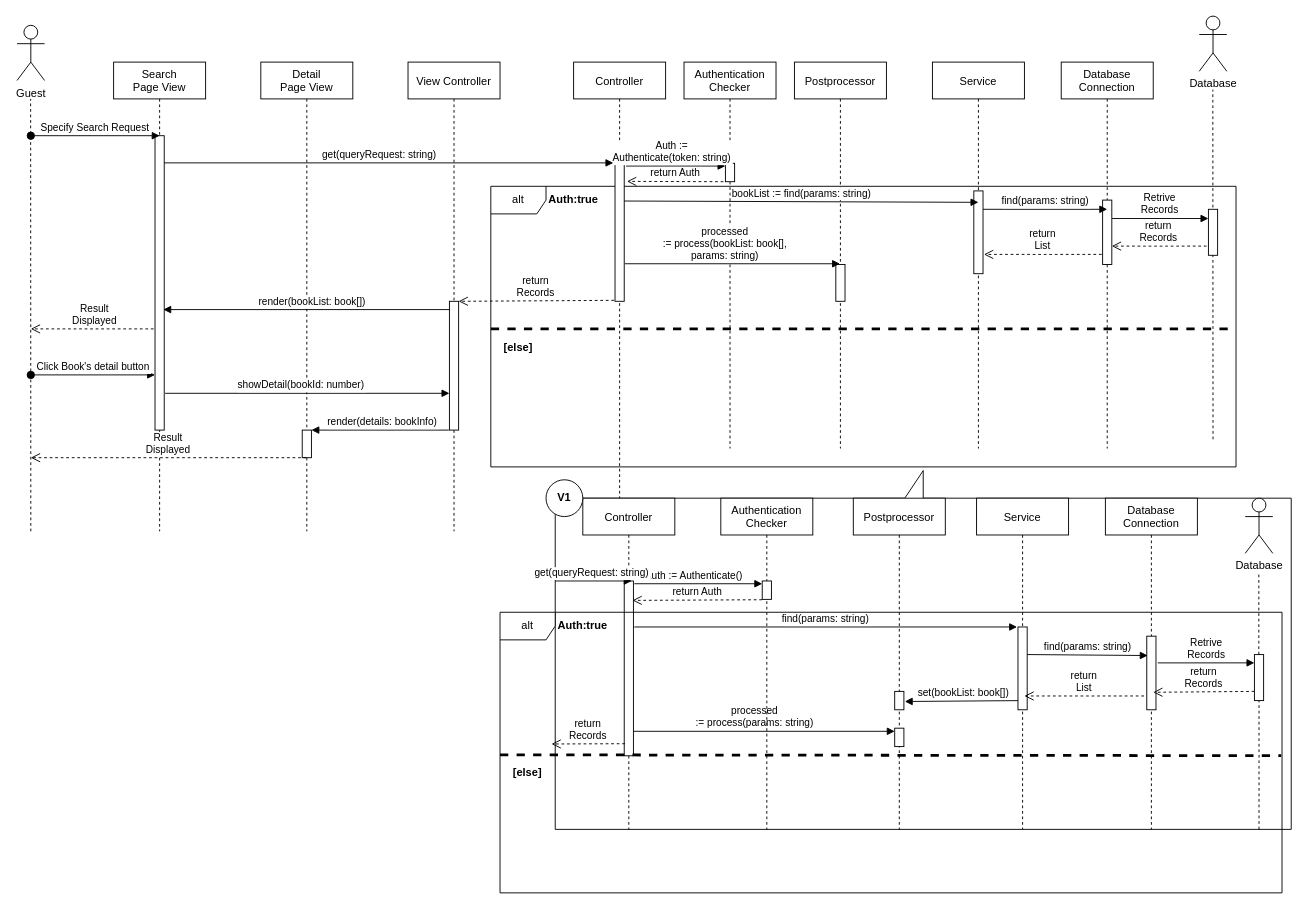
Before: docs/SequenceDiagram/diagrams/SD-UC-08.drawio in youngkwon02/Enhanced-library-management, a draw.io diagram. Source tidied: cells renumbered, new cells numbered last; positions are measured from the earlier drawing's top-left corner, leaving out a move shared by most shapes. Both pictures are drawn from the tidied source at 92%, with x=0, y=0 at pixel (17, 16).
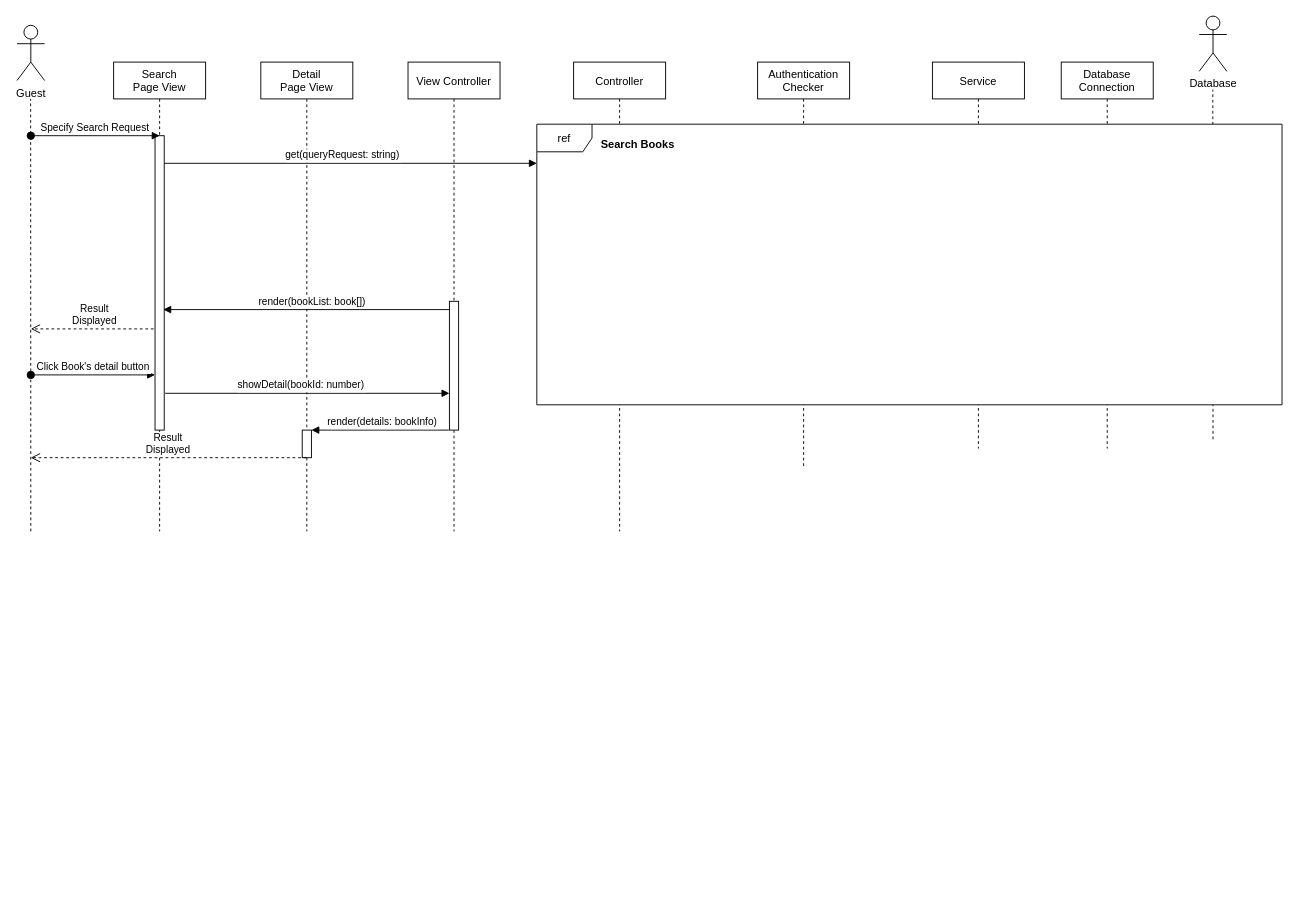
After the change.

Unchanged cells that the change refers to:
```xml
<mxCell id="3" value="Database&#10;Connection" style="shape=umlLifeline;perimeter=lifelinePerimeter;rounded=0;shadow=0;strokeWidth=1;" parent="1" vertex="1">
  <mxGeometry x="1135" y="50" width="100" height="420" as="geometry" />
</mxCell>
<mxCell id="5" value="Service" style="shape=umlLifeline;perimeter=lifelinePerimeter;rounded=0;shadow=0;strokeWidth=1;" parent="1" vertex="1">
  <mxGeometry x="995" y="50" width="100" height="420" as="geometry" />
</mxCell>
<mxCell id="20" style="points=[];perimeter=orthogonalPerimeter;rounded=0;shadow=0;strokeWidth=1;" parent="1" vertex="1">
  <mxGeometry x="470" y="310" width="10" height="140" as="geometry" />
</mxCell>
<mxCell id="47" style="points=[];perimeter=orthogonalPerimeter;rounded=0;shadow=0;strokeWidth=1;" parent="46" vertex="1">
  <mxGeometry x="45" y="80" width="10" height="320" as="geometry" />
</mxCell>
```

Change to the diagram source:
```diff
@@
-    <mxCell id="2" value="alt" style="shape=umlFrame;whiteSpace=wrap;html=1;" parent="1" vertex="1">
-      <mxGeometry x="515" y="185" width="810" height="305" as="geometry" />
-    </mxCell>
+    <mxCell id="10" value="Controller" style="shape=umlLifeline;perimeter=lifelinePerimeter;rounded=0;shadow=0;strokeWidth=1;" parent="1" vertex="1">
+      <mxGeometry x="605" y="50" width="100" height="510" as="geometry" />
+    </mxCell>
@@
-    <mxCell id="4" style="points=[];perimeter=orthogonalPerimeter;rounded=0;shadow=0;strokeWidth=1;" parent="3" vertex="1">
-      <mxGeometry x="45" y="150" width="10" height="70" as="geometry" />
-    </mxCell>
@@
-    <mxCell id="6" style="points=[];perimeter=orthogonalPerimeter;rounded=0;shadow=0;strokeWidth=1;" parent="5" vertex="1">
-      <mxGeometry x="45" y="140" width="10" height="90" as="geometry" />
-    </mxCell>
     <mxCell id="7" value="Authentication&#10;Checker" style="shape=umlLifeline;perimeter=lifelinePerimeter;rounded=0;shadow=0;strokeWidth=1;" parent="1" vertex="1">
-      <mxGeometry x="725" y="50" width="100" height="420" as="geometry" />
+      <mxGeometry x="805" y="50" width="100" height="440" as="geometry" />
     </mxCell>
-    <mxCell id="8" style="perimeter=orthogonalPerimeter;rounded=0;shadow=0;strokeWidth=1;" parent="7" vertex="1">
-      <mxGeometry x="45" y="110" width="10" height="20" as="geometry" />
-    </mxCell>
@@
-    <mxCell id="10" value="Controller" style="shape=umlLifeline;perimeter=lifelinePerimeter;rounded=0;shadow=0;strokeWidth=1;" parent="1" vertex="1">
-      <mxGeometry x="605" y="50" width="100" height="510" as="geometry" />
-    </mxCell>
-    <mxCell id="11" style="points=[];perimeter=orthogonalPerimeter;rounded=0;shadow=0;strokeWidth=1;" parent="10" vertex="1">
-      <mxGeometry x="45" y="110" width="10" height="150" as="geometry" />
-    </mxCell>
-    <mxCell id="12" value="Postprocessor" style="shape=umlLifeline;perimeter=lifelinePerimeter;rounded=0;shadow=0;strokeWidth=1;" parent="1" vertex="1">
-      <mxGeometry x="845" y="50" width="100" height="420" as="geometry" />
-    </mxCell>
-    <mxCell id="13" style="perimeter=orthogonalPerimeter;rounded=0;shadow=0;strokeWidth=1;" parent="12" vertex="1">
-      <mxGeometry x="45" y="220" width="10" height="40" as="geometry" />
-    </mxCell>
-    <mxCell id="14" value="find(params: string)" style="verticalAlign=bottom;endArrow=block;shadow=0;strokeWidth=1;entryX=-0.1;entryY=0.25;entryDx=0;entryDy=0;entryPerimeter=0;" parent="12" edge="1" source="6">
-      <mxGeometry relative="1" as="geometry">
-        <mxPoint x="340" y="160" as="targetPoint" />
-      </mxGeometry>
-    </mxCell>
@@
-    <mxCell id="16" value="bookList := find(params: string)" style="verticalAlign=bottom;endArrow=block;shadow=0;strokeWidth=1;entryX=0.5;entryY=0.138;entryDx=0;entryDy=0;entryPerimeter=0;" parent="1" edge="1" target="6">
-      <mxGeometry relative="1" as="geometry">
-        <mxPoint x="660" y="201" as="sourcePoint" />
-      </mxGeometry>
-    </mxCell>
@@
-    <mxCell id="21" value="Retrive&#10;Records" style="verticalAlign=bottom;endArrow=block;shadow=0;strokeWidth=1;exitX=1.027;exitY=0.324;exitDx=0;exitDy=0;exitPerimeter=0;" parent="1" edge="1">
-      <mxGeometry relative="1" as="geometry">
-        <mxPoint x="1190.3" y="220" as="sourcePoint" />
-        <mxPoint x="1295" y="220" as="targetPoint" />
-      </mxGeometry>
-    </mxCell>
-    <mxCell id="22" style="points=[];perimeter=orthogonalPerimeter;rounded=0;shadow=0;strokeWidth=1;" parent="1" vertex="1">
-      <mxGeometry x="1295" y="210" width="10" height="50" as="geometry" />
-    </mxCell>
-    <mxCell id="23" value="return&#10;Records" style="verticalAlign=bottom;endArrow=open;dashed=1;endSize=8;shadow=0;strokeWidth=1;exitX=-0.2;exitY=0.8;exitDx=0;exitDy=0;exitPerimeter=0;" parent="1" edge="1" source="22" target="4">
-      <mxGeometry relative="1" as="geometry" />
-    </mxCell>
-    <mxCell id="24" value="processed &#10;:= process(bookList: book[], &#10;params: string)" style="verticalAlign=bottom;endArrow=block;shadow=0;strokeWidth=1;exitX=1.066;exitY=0.588;exitDx=0;exitDy=0;exitPerimeter=0;" parent="1" edge="1" target="12">
-      <mxGeometry x="-0.07" relative="1" as="geometry">
-        <mxPoint x="660.7" y="269.2" as="sourcePoint" />
-      </mxGeometry>
-    </mxCell>
-    <mxCell id="25" value="return&#10;Records" style="verticalAlign=bottom;endArrow=open;dashed=1;endSize=8;shadow=0;strokeWidth=1;exitX=-0.1;exitY=0.993;exitDx=0;exitDy=0;exitPerimeter=0;" parent="1" edge="1" source="11" target="20">
-      <mxGeometry relative="1" as="geometry" />
-    </mxCell>
@@
-    <mxCell id="27" style="shape=callout;whiteSpace=wrap;html=1;perimeter=calloutPerimeter;rotation=-180;" parent="1" vertex="1">
-      <mxGeometry x="585" y="494" width="800" height="390" as="geometry" />
-    </mxCell>
-    <mxCell id="28" value="Controller" style="shape=umlLifeline;perimeter=lifelinePerimeter;rounded=0;shadow=0;strokeWidth=1;" parent="1" vertex="1">
-      <mxGeometry x="615" y="524" width="100" height="360" as="geometry" />
-    </mxCell>
-    <mxCell id="29" style="points=[];perimeter=orthogonalPerimeter;rounded=0;shadow=0;strokeWidth=1;" parent="28" vertex="1">
-      <mxGeometry x="45" y="90" width="10" height="190" as="geometry" />
-    </mxCell>
-    <mxCell id="30" value="Postprocessor" style="shape=umlLifeline;perimeter=lifelinePerimeter;rounded=0;shadow=0;strokeWidth=1;" parent="1" vertex="1">
-      <mxGeometry x="909" y="524" width="100" height="360" as="geometry" />
-    </mxCell>
-    <mxCell id="31" style="perimeter=orthogonalPerimeter;rounded=0;shadow=0;strokeWidth=1;" parent="30" vertex="1">
-      <mxGeometry x="45" y="210" width="10" height="20" as="geometry" />
-    </mxCell>
-    <mxCell id="32" style="points=[];perimeter=orthogonalPerimeter;rounded=0;shadow=0;strokeWidth=1;" parent="30" vertex="1">
-      <mxGeometry x="45" y="250" width="10" height="20" as="geometry" />
-    </mxCell>
-    <mxCell id="33" value="Database&#10;Connection" style="shape=umlLifeline;perimeter=lifelinePerimeter;rounded=0;shadow=0;strokeWidth=1;" parent="1" vertex="1">
-      <mxGeometry x="1183" y="524" width="100" height="360" as="geometry" />
-    </mxCell>
-    <mxCell id="34" style="points=[];perimeter=orthogonalPerimeter;rounded=0;shadow=0;strokeWidth=1;" parent="33" vertex="1">
-      <mxGeometry x="45" y="150" width="10" height="80" as="geometry" />
-    </mxCell>
-    <mxCell id="35" value="find(params: string)" style="verticalAlign=bottom;endArrow=block;shadow=0;strokeWidth=1;exitX=1.2;exitY=0.263;exitDx=0;exitDy=0;exitPerimeter=0;" parent="1" edge="1">
-      <mxGeometry relative="1" as="geometry">
-        <mxPoint x="671" y="664" as="sourcePoint" />
-        <mxPoint x="1087" y="664" as="targetPoint" />
-      </mxGeometry>
-    </mxCell>
-    <mxCell id="36" style="endArrow=none;dashed=1;html=1;startArrow=none;" parent="1" edge="1">
-      <mxGeometry relative="1" as="geometry">
-        <mxPoint x="1350" y="884" as="sourcePoint" />
-        <mxPoint x="1350" y="744" as="targetPoint" />
-      </mxGeometry>
-    </mxCell>
-    <mxCell id="37" value="Retrive&#10;Records" style="verticalAlign=bottom;endArrow=block;shadow=0;strokeWidth=1;exitX=1.2;exitY=0.363;exitDx=0;exitDy=0;exitPerimeter=0;" parent="1" edge="1" source="34">
-      <mxGeometry relative="1" as="geometry">
-        <mxPoint x="1345" y="703" as="targetPoint" />
-      </mxGeometry>
-    </mxCell>
-    <mxCell id="38" value="return&#10;Records" style="verticalAlign=bottom;endArrow=open;dashed=1;endSize=8;exitX=-0.026;exitY=1.002;shadow=0;strokeWidth=1;exitDx=0;exitDy=0;exitPerimeter=0;" parent="1" edge="1">
-      <mxGeometry relative="1" as="geometry">
-        <mxPoint x="1345" y="734" as="sourcePoint" />
-        <mxPoint x="1235" y="735" as="targetPoint" />
-      </mxGeometry>
-    </mxCell>
-    <mxCell id="39" value="set(bookList: book[])" style="verticalAlign=bottom;endArrow=block;shadow=0;strokeWidth=1;" parent="1" edge="1">
-      <mxGeometry relative="1" as="geometry">
-        <mxPoint x="1094" y="744" as="sourcePoint" />
-        <mxPoint x="965" y="745" as="targetPoint" />
-      </mxGeometry>
-    </mxCell>
-    <mxCell id="40" value="processed &#10;:= process(params: string)" style="verticalAlign=bottom;endArrow=block;shadow=0;strokeWidth=1;exitX=1;exitY=0.86;exitDx=0;exitDy=0;exitPerimeter=0;" parent="1" edge="1" source="29" target="32">
-      <mxGeometry x="-0.07" relative="1" as="geometry" />
-    </mxCell>
-    <mxCell id="41" value="return&#10;Records" style="verticalAlign=bottom;endArrow=open;dashed=1;endSize=8;shadow=0;strokeWidth=1;exitX=0.083;exitY=0.931;exitDx=0;exitDy=0;exitPerimeter=0;entryX=1.005;entryY=0.238;entryDx=0;entryDy=0;entryPerimeter=0;" parent="1" edge="1" source="29" target="27">
-      <mxGeometry relative="1" as="geometry" />
-    </mxCell>
-    <mxCell id="42" style="ellipse;whiteSpace=wrap;html=1;" parent="1" vertex="1">
-      <mxGeometry x="575" y="504" width="40" height="40" as="geometry" />
-    </mxCell>
-    <mxCell id="43" value="&lt;b&gt;V1&lt;/b&gt;" style="text;html=1;strokeColor=none;fillColor=none;align=center;verticalAlign=middle;whiteSpace=wrap;rounded=0;" parent="1" vertex="1">
-      <mxGeometry x="575" y="514" width="40" height="20" as="geometry" />
-    </mxCell>
@@
-    <mxCell id="49" value="get(queryRequest: string)" style="verticalAlign=bottom;endArrow=block;shadow=0;strokeWidth=1;entryX=-0.18;entryY=-0.003;entryDx=0;entryDy=0;entryPerimeter=0;" parent="1" edge="1" source="47" target="11">
-      <mxGeometry x="-0.04" relative="1" as="geometry" />
+    <mxCell id="49" value="get(queryRequest: string)" style="verticalAlign=bottom;endArrow=block;shadow=0;strokeWidth=1;" parent="1" edge="1" source="47">
+      <mxGeometry x="-0.04" relative="1" as="geometry">
+        <mxPoint x="565" y="160" as="targetPoint" />
+      </mxGeometry>
     </mxCell>
@@
-    <mxCell id="55" value="Auth := &#10;Authenticate(token: string)" style="verticalAlign=bottom;endArrow=block;shadow=0;strokeWidth=1;" parent="1" edge="1">
-      <mxGeometry x="-0.07" relative="1" as="geometry">
-        <mxPoint x="662" y="163" as="sourcePoint" />
-        <mxPoint x="770" y="163" as="targetPoint" />
-      </mxGeometry>
-    </mxCell>
-    <mxCell id="56" value="return Auth" style="verticalAlign=bottom;endArrow=open;dashed=1;endSize=8;shadow=0;strokeWidth=1;exitX=0.083;exitY=0.931;exitDx=0;exitDy=0;exitPerimeter=0;entryX=1.3;entryY=0.131;entryDx=0;entryDy=0;entryPerimeter=0;" parent="1" edge="1" target="11">
-      <mxGeometry relative="1" as="geometry">
-        <mxPoint x="767.8" y="180" as="sourcePoint" />
-      </mxGeometry>
-    </mxCell>
-    <mxCell id="57" value="return&#10;List" style="verticalAlign=bottom;endArrow=open;dashed=1;endSize=8;shadow=0;strokeWidth=1;exitX=-0.1;exitY=0.843;exitDx=0;exitDy=0;exitPerimeter=0;entryX=1.1;entryY=0.767;entryDx=0;entryDy=0;entryPerimeter=0;" parent="1" edge="1" source="4" target="6">
-      <mxGeometry relative="1" as="geometry" />
-    </mxCell>
-    <mxCell id="58" value="Database" style="shape=umlActor;verticalLabelPosition=bottom;verticalAlign=top;html=1;" parent="1" vertex="1">
-      <mxGeometry x="1335" y="524" width="30" height="60" as="geometry" />
-    </mxCell>
-    <mxCell id="59" style="endArrow=none;dashed=1;html=1;startArrow=none;" parent="1" edge="1" source="60">
-      <mxGeometry relative="1" as="geometry">
-        <mxPoint x="1349.8" y="604" as="targetPoint" />
-      </mxGeometry>
-    </mxCell>
-    <mxCell id="60" style="points=[];perimeter=orthogonalPerimeter;rounded=0;shadow=0;strokeWidth=1;" parent="1" vertex="1">
-      <mxGeometry x="1345" y="694" width="10" height="50" as="geometry" />
-    </mxCell>
-    <mxCell id="61" value="Service" style="shape=umlLifeline;perimeter=lifelinePerimeter;rounded=0;shadow=0;strokeWidth=1;" parent="1" vertex="1">
-      <mxGeometry x="1043" y="524" width="100" height="360" as="geometry" />
-    </mxCell>
-    <mxCell id="62" style="points=[];perimeter=orthogonalPerimeter;rounded=0;shadow=0;strokeWidth=1;" parent="61" vertex="1">
-      <mxGeometry x="45" y="140" width="10" height="90" as="geometry" />
-    </mxCell>
-    <mxCell id="63" value="find(params: string)" style="verticalAlign=bottom;endArrow=block;shadow=0;strokeWidth=1;entryX=0.1;entryY=0.263;entryDx=0;entryDy=0;entryPerimeter=0;exitX=1;exitY=0.333;exitDx=0;exitDy=0;exitPerimeter=0;" parent="1" edge="1" source="62" target="34">
-      <mxGeometry relative="1" as="geometry" />
-    </mxCell>
-    <mxCell id="64" value="return&#10;List" style="verticalAlign=bottom;endArrow=open;dashed=1;endSize=8;shadow=0;strokeWidth=1;entryX=1.1;entryY=0.767;entryDx=0;entryDy=0;entryPerimeter=0;" parent="1" edge="1">
-      <mxGeometry relative="1" as="geometry">
-        <mxPoint x="1225" y="739" as="sourcePoint" />
-        <mxPoint x="1095" y="739" as="targetPoint" />
-      </mxGeometry>
-    </mxCell>
-    <mxCell id="65" value="Authentication&#10;Checker" style="shape=umlLifeline;perimeter=lifelinePerimeter;rounded=0;shadow=0;strokeWidth=1;" parent="1" vertex="1">
-      <mxGeometry x="765" y="524" width="100" height="360" as="geometry" />
-    </mxCell>
-    <mxCell id="66" style="perimeter=orthogonalPerimeter;rounded=0;shadow=0;strokeWidth=1;" parent="65" vertex="1">
-      <mxGeometry x="45" y="90" width="10" height="20" as="geometry" />
-    </mxCell>
-    <mxCell id="67" value="Auth := Authenticate()" style="verticalAlign=bottom;endArrow=block;shadow=0;strokeWidth=1;" parent="1" edge="1">
-      <mxGeometry x="-0.07" relative="1" as="geometry">
-        <mxPoint x="671" y="617" as="sourcePoint" />
-        <mxPoint x="810" y="617" as="targetPoint" />
-      </mxGeometry>
-    </mxCell>
-    <mxCell id="68" value="return Auth" style="verticalAlign=bottom;endArrow=open;dashed=1;endSize=8;shadow=0;strokeWidth=1;exitX=0.083;exitY=0.931;exitDx=0;exitDy=0;exitPerimeter=0;entryX=0.9;entryY=0.111;entryDx=0;entryDy=0;entryPerimeter=0;" parent="1" edge="1" target="29">
-      <mxGeometry relative="1" as="geometry">
-        <mxPoint x="809.8" y="634.4" as="sourcePoint" />
-      </mxGeometry>
-    </mxCell>
-    <mxCell id="69" value="get(queryRequest: string)" style="verticalAlign=bottom;endArrow=block;shadow=0;strokeWidth=1;entryX=-0.18;entryY=-0.003;entryDx=0;entryDy=0;entryPerimeter=0;" parent="1" edge="1">
-      <mxGeometry x="-0.04" relative="1" as="geometry">
-        <mxPoint x="585" y="614" as="sourcePoint" />
-        <mxPoint x="668.2" y="614" as="targetPoint" />
-      </mxGeometry>
-    </mxCell>
-    <mxCell id="70" value="&lt;b&gt;Auth:true&lt;/b&gt;" style="text;html=1;strokeColor=none;fillColor=none;align=center;verticalAlign=middle;whiteSpace=wrap;rounded=0;" parent="1" vertex="1">
-      <mxGeometry x="585" y="190" width="40" height="20" as="geometry" />
-    </mxCell>
-    <mxCell id="71" style="endArrow=none;dashed=1;html=1;strokeWidth=3;" parent="1" edge="1">
-      <mxGeometry relative="1" as="geometry">
-        <mxPoint x="515" y="340" as="sourcePoint" />
-        <mxPoint x="1325" y="340" as="targetPoint" />
-      </mxGeometry>
-    </mxCell>
-    <mxCell id="72" value="&lt;b&gt;[else]&lt;/b&gt;" style="text;html=1;strokeColor=none;fillColor=none;align=center;verticalAlign=middle;whiteSpace=wrap;rounded=0;" parent="1" vertex="1">
-      <mxGeometry x="525" y="350" width="40" height="20" as="geometry" />
-    </mxCell>
-    <mxCell id="73" value="alt" style="shape=umlFrame;whiteSpace=wrap;html=1;" parent="1" vertex="1">
-      <mxGeometry x="525" y="648" width="850" height="305" as="geometry" />
-    </mxCell>
-    <mxCell id="74" value="&lt;b&gt;Auth:true&lt;/b&gt;" style="text;html=1;strokeColor=none;fillColor=none;align=center;verticalAlign=middle;whiteSpace=wrap;rounded=0;" parent="1" vertex="1">
-      <mxGeometry x="595" y="653" width="40" height="20" as="geometry" />
-    </mxCell>
-    <mxCell id="75" style="endArrow=none;dashed=1;html=1;strokeWidth=3;entryX=0.999;entryY=0.511;entryDx=0;entryDy=0;entryPerimeter=0;" parent="1" edge="1" target="73">
-      <mxGeometry relative="1" as="geometry">
-        <mxPoint x="525" y="803" as="sourcePoint" />
-      </mxGeometry>
-    </mxCell>
-    <mxCell id="76" value="&lt;b&gt;[else]&lt;/b&gt;" style="text;html=1;strokeColor=none;fillColor=none;align=center;verticalAlign=middle;whiteSpace=wrap;rounded=0;" parent="1" vertex="1">
-      <mxGeometry x="535" y="813" width="40" height="20" as="geometry" />
-    </mxCell>
+    <mxCell id="2" value="ref" style="shape=umlFrame;whiteSpace=wrap;html=1;fillColor=#FFFFFF;swimlaneFillColor=#ffffff;" parent="1" vertex="1">
+      <mxGeometry x="565" y="117.5" width="810" height="305" as="geometry" />
+    </mxCell>
+    <mxCell id="77" value="&lt;b&gt;Search Books&lt;/b&gt;" style="text;html=1;strokeColor=none;fillColor=none;align=center;verticalAlign=middle;whiteSpace=wrap;rounded=0;" parent="1" vertex="1">
+      <mxGeometry x="625" y="130" width="100" height="20" as="geometry" />
+    </mxCell>
```
